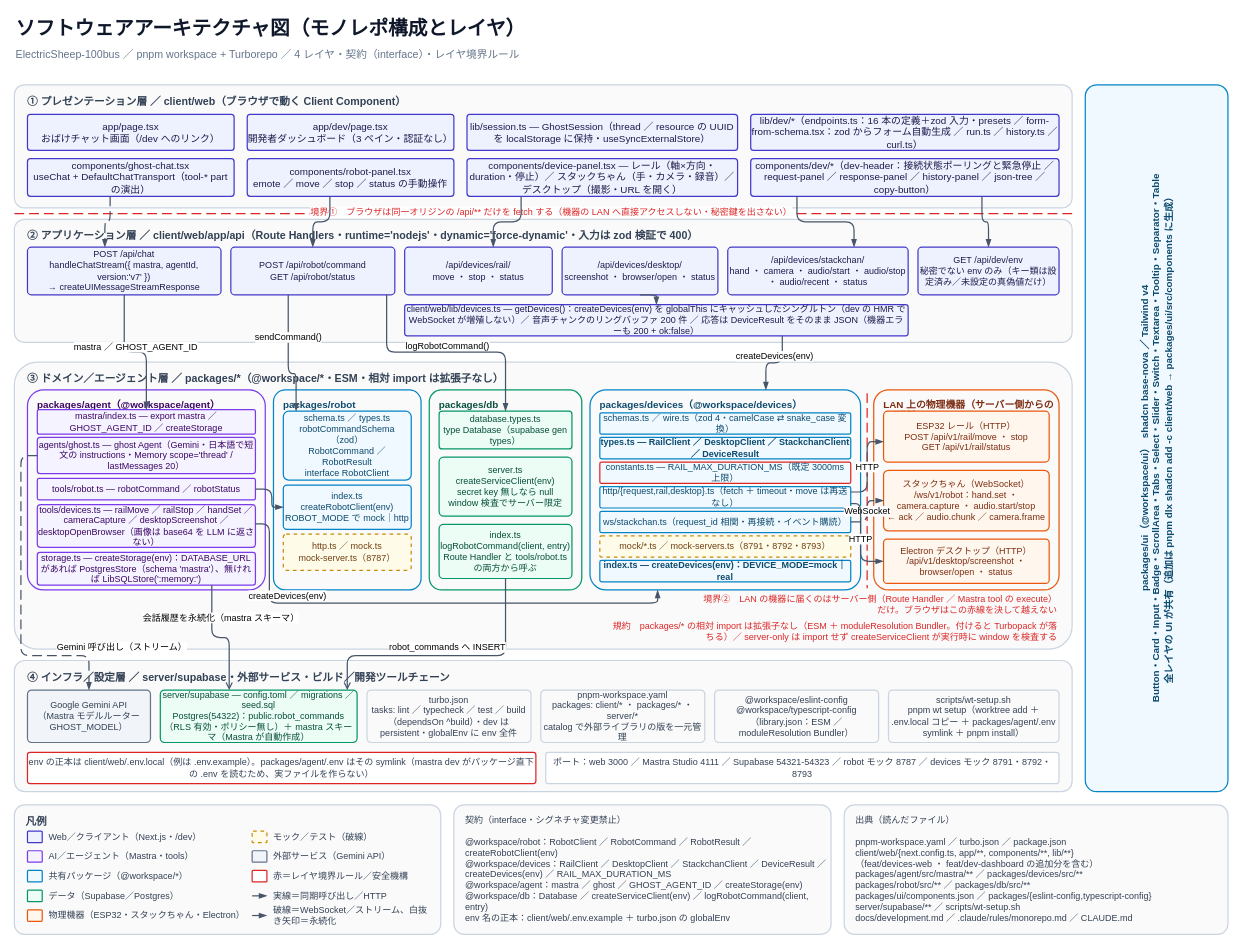
Before: docs/diagrams/software.drawio in Tebaeleven/ElectricSheep-100bus, a draw.io diagram. Source tidied: cells renumbered, new cells numbered last; positions are measured from the earlier drawing's top-left corner, leaving out a move shared by most shapes. Both pictures are drawn from the tidied source at 82%, with x=0, y=0 at pixel (14, 14).
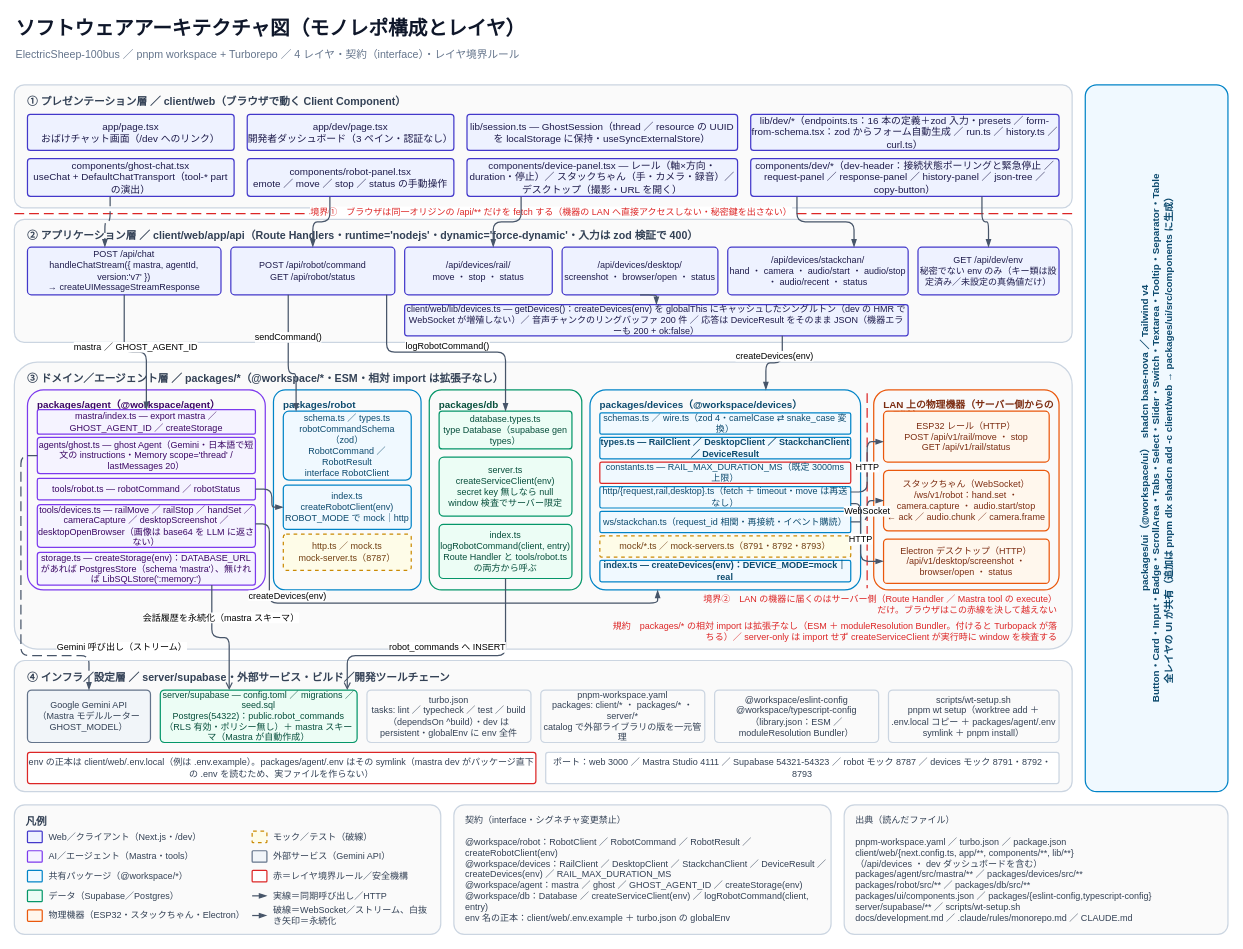
The same diagram, later.

Change to the diagram source:
```diff
@@
-    <mxCell id="103" value="出典（読んだファイル）&#10;&#10;pnpm-workspace.yaml ／ turbo.json ／ package.json&#10;client/web/{next.config.ts, app/**, components/**, lib/**}&#10;（feat/devices-web ・ feat/dev-dashboard の追加分を含む）&#10;packages/agent/src/mastra/** ／ packages/devices/src/**&#10;packages/robot/src/** ／ packages/db/src/**&#10;packages/ui/components.json ／ packages/{eslint-config,typescript-config}&#10;server/supabase/** ／ scripts/wt-setup.sh&#10;docs/development.md ／ .claude/rules/monorepo.md ／ CLAUDE.md" style="rounded=1;arcSize=8;whiteSpace=wrap;html=1;shadow=0;strokeWidth=1.5;fontFamily=Helvetica;fontSize=11;fillColor=#FAFAFA;strokeColor=#CBD5E1;fontColor=#334155;verticalAlign=top;align=left;spacingLeft=12;spacingTop=6;" parent="1" vertex="1">
+    <mxCell id="103" value="出典（読んだファイル）&#10;&#10;pnpm-workspace.yaml ／ turbo.json ／ package.json&#10;client/web/{next.config.ts, app/**, components/**, lib/**}&#10;（/api/devices ・ dev ダッシュボードを含む）&#10;packages/agent/src/mastra/** ／ packages/devices/src/**&#10;packages/robot/src/** ／ packages/db/src/**&#10;packages/ui/components.json ／ packages/{eslint-config,typescript-config}&#10;server/supabase/** ／ scripts/wt-setup.sh&#10;docs/development.md ／ .claude/rules/monorepo.md ／ CLAUDE.md" style="rounded=1;arcSize=8;whiteSpace=wrap;html=1;shadow=0;strokeWidth=1.5;fontFamily=Helvetica;fontSize=11;fillColor=#FAFAFA;strokeColor=#CBD5E1;fontColor=#334155;verticalAlign=top;align=left;spacingLeft=12;spacingTop=6;" parent="1" vertex="1">
       <mxGeometry x="1012" y="964" width="468" height="158" as="geometry" />
     </mxCell>
```
